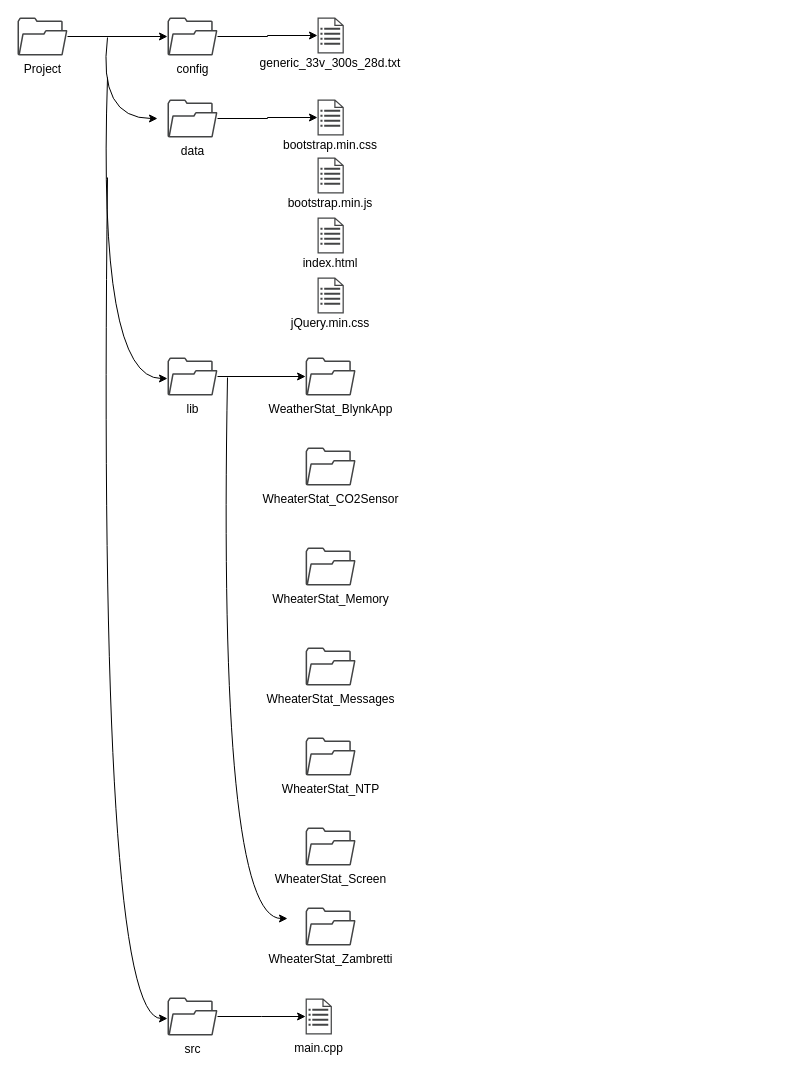
Above: directories.drawio in dmamx33/Mechatronic_Proj_UML (draw.io), before the change. Source tidied: cells renumbered, new cells numbered last; positions are measured from the earlier drawing's top-left corner, leaving out a move shared by most shapes. Both pictures are drawn from the tidied source at 100%, with x=0, y=0 at pixel (17, 17).
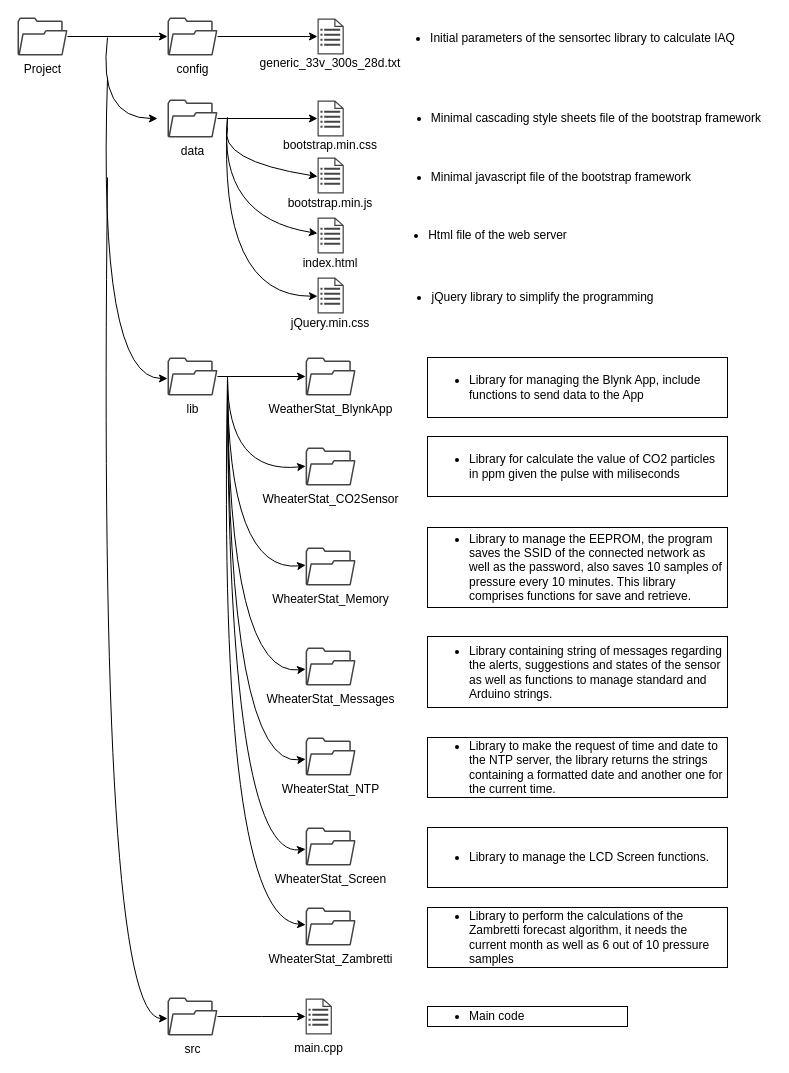
After the change.

The change refers to these unchanged cells:
```xml
<mxCell id="13" style="sketch=0;shadow=0;dashed=0;html=1;strokeColor=none;fillColor=#434445;labelPosition=center;verticalLabelPosition=bottom;verticalAlign=top;align=center;outlineConnect=0;shape=mxgraph.vvd.recovery_plan;" parent="1" vertex="1">
  <mxGeometry x="300" y="200" width="26.3" height="36" as="geometry" />
</mxCell>
<mxCell id="25" value="WheaterStat_Screen" style="sketch=0;shadow=0;dashed=0;html=1;strokeColor=none;fillColor=#434445;labelPosition=center;verticalLabelPosition=bottom;verticalAlign=top;align=center;outlineConnect=0;shape=mxgraph.vvd.folder;" parent="1" vertex="1">
  <mxGeometry x="288.1" y="810" width="50" height="38" as="geometry" />
</mxCell>
<mxCell id="26" value="WheaterStat_Zambretti" style="sketch=0;shadow=0;dashed=0;html=1;strokeColor=none;fillColor=#434445;labelPosition=center;verticalLabelPosition=bottom;verticalAlign=top;align=center;outlineConnect=0;shape=mxgraph.vvd.folder;" parent="1" vertex="1">
  <mxGeometry x="288.1" y="890" width="50" height="38" as="geometry" />
</mxCell>
```

What changed in the source:
```diff
@@
     <mxCell id="8" style="sketch=0;shadow=0;dashed=0;html=1;strokeColor=none;fillColor=#434445;labelPosition=center;verticalLabelPosition=bottom;verticalAlign=top;align=center;outlineConnect=0;shape=mxgraph.vvd.recovery_plan;" parent="1" vertex="1">
-      <mxGeometry x="300" width="26.3" height="36" as="geometry" />
+      <mxGeometry x="300" y="1" width="26.3" height="36" as="geometry" />
     </mxCell>
@@
     <mxCell id="11" style="sketch=0;shadow=0;dashed=0;html=1;strokeColor=none;fillColor=#434445;labelPosition=center;verticalLabelPosition=bottom;verticalAlign=top;align=center;outlineConnect=0;shape=mxgraph.vvd.recovery_plan;" parent="1" vertex="1">
-      <mxGeometry x="300" y="82" width="26.3" height="36" as="geometry" />
+      <mxGeometry x="300" y="83" width="26.3" height="36" as="geometry" />
     </mxCell>
@@
-    <mxCell id="33" style="curved=1;endArrow=classic;html=1;" parent="1" edge="1">
+    <mxCell id="33" style="curved=1;endArrow=classic;html=1;" parent="1" edge="1" target="26">
       <mxGeometry relative="1" as="geometry">
         <mxPoint x="210" y="360" as="sourcePoint" />
-        <mxPoint x="270" y="901" as="targetPoint" />
         <Array as="points">
           <mxPoint x="200" y="901" />
         </Array>
       </mxGeometry>
     </mxCell>
+    <mxCell id="34" style="curved=1;endArrow=classic;html=1;" parent="1" edge="1" target="25">
+      <mxGeometry relative="1" as="geometry">
+        <mxPoint x="210" y="360" as="sourcePoint" />
+        <Array as="points">
+          <mxPoint x="210" y="840" />
+        </Array>
+      </mxGeometry>
+    </mxCell>
+    <mxCell id="35" style="curved=1;endArrow=classic;html=1;" parent="1" edge="1">
+      <mxGeometry relative="1" as="geometry">
+        <mxPoint x="210" y="360" as="sourcePoint" />
+        <mxPoint x="288.1" y="741.7" as="targetPoint" />
+        <Array as="points">
+          <mxPoint x="210" y="750" />
+        </Array>
+      </mxGeometry>
+    </mxCell>
+    <mxCell id="36" style="curved=1;endArrow=classic;html=1;" parent="1" edge="1">
+      <mxGeometry relative="1" as="geometry">
+        <mxPoint x="210" y="360" as="sourcePoint" />
+        <mxPoint x="288.1" y="651.7" as="targetPoint" />
+        <Array as="points">
+          <mxPoint x="210" y="660" />
+        </Array>
+      </mxGeometry>
+    </mxCell>
+    <mxCell id="37" style="curved=1;endArrow=classic;html=1;" parent="1" edge="1">
+      <mxGeometry relative="1" as="geometry">
+        <mxPoint x="210" y="360" as="sourcePoint" />
+        <mxPoint x="288.1" y="547.7" as="targetPoint" />
+        <Array as="points">
+          <mxPoint x="210" y="556" />
+        </Array>
+      </mxGeometry>
+    </mxCell>
+    <mxCell id="38" style="curved=1;endArrow=classic;html=1;" parent="1" edge="1">
+      <mxGeometry relative="1" as="geometry">
+        <mxPoint x="210" y="360" as="sourcePoint" />
+        <mxPoint x="288.1" y="448.7" as="targetPoint" />
+        <Array as="points">
+          <mxPoint x="210" y="457" />
+        </Array>
+      </mxGeometry>
+    </mxCell>
+    <mxCell id="39" style="curved=1;endArrow=classic;html=1;" parent="1" edge="1">
+      <mxGeometry relative="1" as="geometry">
+        <mxPoint x="210" y="100" as="sourcePoint" />
+        <mxPoint x="300" y="278.7" as="targetPoint" />
+        <Array as="points">
+          <mxPoint x="200" y="279" />
+        </Array>
+      </mxGeometry>
+    </mxCell>
+    <mxCell id="40" style="curved=1;endArrow=classic;html=1;" parent="1" edge="1" target="13">
+      <mxGeometry relative="1" as="geometry">
+        <mxPoint x="210" y="100" as="sourcePoint" />
+        <Array as="points">
+          <mxPoint x="200" y="200" />
+        </Array>
+      </mxGeometry>
+    </mxCell>
+    <mxCell id="41" value="&lt;ul&gt;&lt;li&gt;Initial parameters of the sensortec library to calculate IAQ&lt;br&gt;&lt;/li&gt;&lt;/ul&gt;" style="text;html=1;align=center;verticalAlign=middle;strokeColor=none;fillColor=none;" parent="1" vertex="1">
+      <mxGeometry x="365" y="1" width="360" height="40" as="geometry" />
+    </mxCell>
+    <mxCell id="42" value="&lt;ul&gt;&lt;li&gt;Minimal cascading style sheets file of the bootstrap framework&amp;nbsp;&lt;br&gt;&lt;/li&gt;&lt;/ul&gt;" style="text;html=1;align=center;verticalAlign=middle;strokeColor=none;fillColor=none;" parent="1" vertex="1">
+      <mxGeometry x="365" y="81" width="390" height="40" as="geometry" />
+    </mxCell>
+    <mxCell id="43" value="&lt;ul&gt;&lt;li&gt;Minimal javascript file of the bootstrap framework&amp;nbsp;&lt;br&gt;&lt;/li&gt;&lt;/ul&gt;" style="text;html=1;align=center;verticalAlign=middle;strokeColor=none;fillColor=none;" parent="1" vertex="1">
+      <mxGeometry x="365" y="140" width="320" height="40" as="geometry" />
+    </mxCell>
+    <mxCell id="44" value="&lt;ul&gt;&lt;li&gt;Html file of the web server&lt;br&gt;&lt;/li&gt;&lt;/ul&gt;" style="text;html=1;align=center;verticalAlign=middle;strokeColor=none;fillColor=none;" parent="1" vertex="1">
+      <mxGeometry x="365" y="198" width="190" height="40" as="geometry" />
+    </mxCell>
+    <mxCell id="45" style="curved=1;endArrow=classic;html=1;" parent="1" edge="1">
+      <mxGeometry relative="1" as="geometry">
+        <mxPoint x="210" y="110" as="sourcePoint" />
+        <mxPoint x="300" y="159" as="targetPoint" />
+        <Array as="points">
+          <mxPoint x="200" y="143.1" />
+        </Array>
+      </mxGeometry>
+    </mxCell>
+    <mxCell id="46" value="&lt;ul&gt;&lt;li&gt;jQuery library to simplify the programming&lt;/li&gt;&lt;/ul&gt;" style="text;html=1;align=center;verticalAlign=middle;strokeColor=none;fillColor=none;" parent="1" vertex="1">
+      <mxGeometry x="365" y="260" width="280" height="40" as="geometry" />
+    </mxCell>
+    <mxCell id="47" value="&lt;ul&gt;&lt;li&gt;Library for managing the Blynk App, include functions to&amp;nbsp;send data to the App&amp;nbsp;&lt;/li&gt;&lt;/ul&gt;" style="rounded=0;whiteSpace=wrap;html=1;labelBackgroundColor=none;align=left;" parent="1" vertex="1">
+      <mxGeometry x="410" y="340" width="300" height="60" as="geometry" />
+    </mxCell>
+    <mxCell id="48" value="&lt;ul&gt;&lt;li&gt;Library for calculate the value of CO2 particles in ppm given the pulse with miliseconds&lt;/li&gt;&lt;/ul&gt;" style="rounded=0;whiteSpace=wrap;html=1;labelBackgroundColor=none;align=left;" parent="1" vertex="1">
+      <mxGeometry x="410" y="419" width="300" height="60" as="geometry" />
+    </mxCell>
+    <mxCell id="49" value="&lt;ul&gt;&lt;li&gt;Library to manage the EEPROM, the program saves the SSID of the connected network as well as the password, also saves 10 samples of pressure every 10 minutes. This library comprises functions for save and retrieve.&lt;/li&gt;&lt;/ul&gt;" style="rounded=0;whiteSpace=wrap;html=1;labelBackgroundColor=none;align=left;" parent="1" vertex="1">
+      <mxGeometry x="410" y="510" width="300" height="80" as="geometry" />
+    </mxCell>
+    <mxCell id="50" value="&lt;ul&gt;&lt;li&gt;Library containing string of messages regarding the alerts, suggestions and states of the sensor as well as functions to manage standard and Arduino strings.&lt;/li&gt;&lt;/ul&gt;" style="rounded=0;whiteSpace=wrap;html=1;labelBackgroundColor=none;align=left;" parent="1" vertex="1">
+      <mxGeometry x="410" y="619" width="300" height="71" as="geometry" />
+    </mxCell>
+    <mxCell id="51" value="&lt;ul&gt;&lt;li&gt;Library to make the request of time and date to the NTP server, the library returns the strings containing a formatted date and another one for the current time.&lt;/li&gt;&lt;/ul&gt;" style="rounded=0;whiteSpace=wrap;html=1;labelBackgroundColor=none;align=left;" parent="1" vertex="1">
+      <mxGeometry x="410" y="720" width="300" height="60" as="geometry" />
+    </mxCell>
+    <mxCell id="52" value="&lt;ul&gt;&lt;li&gt;Library to manage the LCD Screen functions.&lt;/li&gt;&lt;/ul&gt;" style="rounded=0;whiteSpace=wrap;html=1;labelBackgroundColor=none;align=left;" parent="1" vertex="1">
+      <mxGeometry x="410" y="810" width="300" height="60" as="geometry" />
+    </mxCell>
+    <mxCell id="53" value="&lt;ul&gt;&lt;li&gt;Library to perform the calculations of the Zambretti forecast algorithm, it needs the current month as well as 6 out of 10 pressure samples&lt;/li&gt;&lt;/ul&gt;" style="rounded=0;whiteSpace=wrap;html=1;labelBackgroundColor=none;align=left;" parent="1" vertex="1">
+      <mxGeometry x="410" y="890" width="300" height="60" as="geometry" />
+    </mxCell>
+    <mxCell id="54" value="&lt;ul&gt;&lt;li&gt;Main code&amp;nbsp;&lt;/li&gt;&lt;/ul&gt;" style="rounded=0;whiteSpace=wrap;html=1;labelBackgroundColor=none;align=left;" parent="1" vertex="1">
+      <mxGeometry x="410" y="989" width="200" height="20" as="geometry" />
+    </mxCell>
```
